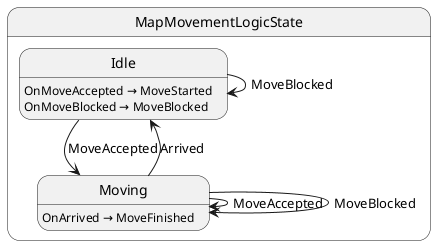
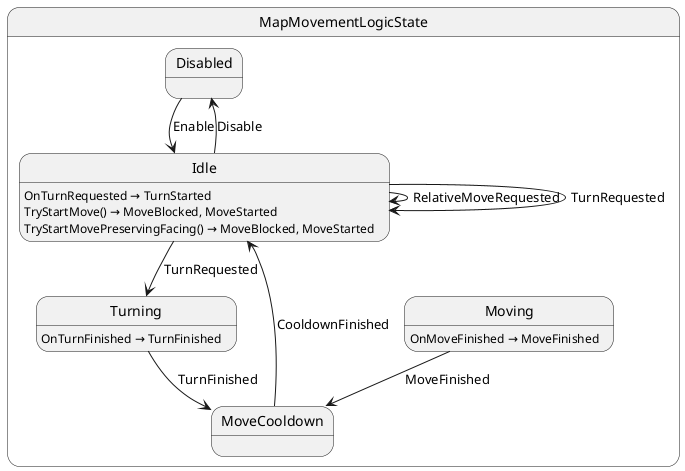
@startuml MapMovementLogicState
state "MapMovementLogicState" as Labyrinth_MapMovementLogicState {
+   state "Disabled" as Labyrinth_MapMovementLogicState_Disabled
  state "Idle" as Labyrinth_MapMovementLogicState_Idle
+   state "MoveCooldown" as Labyrinth_MapMovementLogicState_MoveCooldown
  state "Moving" as Labyrinth_MapMovementLogicState_Moving
+   state "Turning" as Labyrinth_MapMovementLogicState_Turning
}

- Labyrinth_MapMovementLogicState_Idle --> Labyrinth_MapMovementLogicState_Idle : MoveBlocked
- Labyrinth_MapMovementLogicState_Idle --> Labyrinth_MapMovementLogicState_Moving : MoveAccepted
- Labyrinth_MapMovementLogicState_Moving --> Labyrinth_MapMovementLogicState_Idle : Arrived
- Labyrinth_MapMovementLogicState_Moving --> Labyrinth_MapMovementLogicState_Moving : MoveAccepted
- Labyrinth_MapMovementLogicState_Moving --> Labyrinth_MapMovementLogicState_Moving : MoveBlocked
+ Labyrinth_MapMovementLogicState_Disabled --> Labyrinth_MapMovementLogicState_Idle : Enable
+ Labyrinth_MapMovementLogicState_Idle --> Labyrinth_MapMovementLogicState_Disabled : Disable
+ Labyrinth_MapMovementLogicState_Idle --> Labyrinth_MapMovementLogicState_Idle : RelativeMoveRequested
+ Labyrinth_MapMovementLogicState_Idle --> Labyrinth_MapMovementLogicState_Idle : TurnRequested
+ Labyrinth_MapMovementLogicState_Idle --> Labyrinth_MapMovementLogicState_Turning : TurnRequested
+ Labyrinth_MapMovementLogicState_MoveCooldown --> Labyrinth_MapMovementLogicState_Idle : CooldownFinished
+ Labyrinth_MapMovementLogicState_Moving --> Labyrinth_MapMovementLogicState_MoveCooldown : MoveFinished
+ Labyrinth_MapMovementLogicState_Turning --> Labyrinth_MapMovementLogicState_MoveCooldown : TurnFinished

- Labyrinth_MapMovementLogicState_Idle : OnMoveAccepted → MoveStarted
- Labyrinth_MapMovementLogicState_Idle : OnMoveBlocked → MoveBlocked
- Labyrinth_MapMovementLogicState_Moving : OnArrived → MoveFinished
+ Labyrinth_MapMovementLogicState_Idle : OnTurnRequested → TurnStarted
+ Labyrinth_MapMovementLogicState_Idle : TryStartMove() → MoveBlocked, MoveStarted
+ Labyrinth_MapMovementLogicState_Idle : TryStartMovePreservingFacing() → MoveBlocked, MoveStarted
+ Labyrinth_MapMovementLogicState_Moving : OnMoveFinished → MoveFinished
+ Labyrinth_MapMovementLogicState_Turning : OnTurnFinished → TurnFinished
@enduml